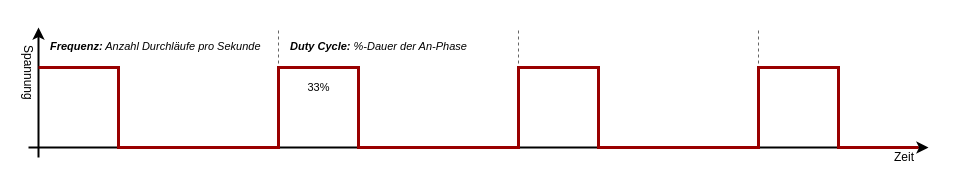
Earlier version of the draw.io diagram 2-hardwaredesign/img/pwm.drawio (DennisSchulmeister/dhbwka-wwi-iottech-folien). Source tidied: cells renumbered, new cells numbered last; positions are measured from the earlier drawing's top-left corner, leaving out a move shared by most shapes. Both pictures are drawn from the tidied source at 100%, with x=0, y=0 at pixel (-7, 27).
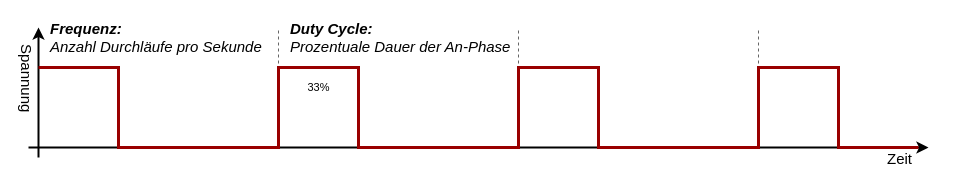
Above is the later version.

Change to the diagram source:
```diff
@@
-    <mxCell id="7" value="Zeit" style="text;html=1;align=right;verticalAlign=top;spacingTop=-4;" parent="1" vertex="1">
-      <mxGeometry x="882" y="120" width="40" height="20" as="geometry" />
+    <mxCell id="7" value="Zeit" style="text;html=1;align=right;verticalAlign=top;spacingTop=-4;fontSize=15;" parent="1" vertex="1">
+      <mxGeometry x="880" y="120" width="40" height="20" as="geometry" />
     </mxCell>
-    <mxCell id="8" value="Spannung" style="text;html=1;align=left;verticalAlign=top;spacingTop=-4;rotation=90;" parent="1" vertex="1">
-      <mxGeometry y="41" width="70" height="20" as="geometry" />
+    <mxCell id="8" value="Spannung" style="text;html=1;align=left;verticalAlign=top;spacingTop=-4;rotation=90;fontSize=15;" parent="1" vertex="1">
+      <mxGeometry x="-5" y="45" width="80" height="20" as="geometry" />
     </mxCell>
@@
-    <mxCell id="10" value="&lt;b style=&quot;font-size: 11px;&quot;&gt;Frequenz:&lt;/b&gt; Anzahl Durchläufe pro Sekunde" style="text;html=1;align=left;verticalAlign=top;spacingTop=-4;fontStyle=2;fontSize=11;" parent="1" vertex="1">
-      <mxGeometry x="55" y="10" width="250" height="20" as="geometry" />
+    <mxCell id="10" value="&lt;div&gt;&lt;b style=&quot;font-size: 15px&quot;&gt;Frequenz:&lt;/b&gt;&lt;br&gt;&lt;/div&gt;&lt;div&gt;Anzahl Durchläufe pro Sekunde&lt;/div&gt;" style="text;html=1;align=left;verticalAlign=top;spacingTop=-4;fontStyle=2;fontSize=15;" parent="1" vertex="1">
+      <mxGeometry x="55" y="-10" width="230" height="40" as="geometry" />
     </mxCell>
-    <mxCell id="11" value="&lt;div&gt;&lt;b&gt;Duty Cycle:&lt;/b&gt; %-Dauer der An-Phase&lt;/div&gt;" style="text;html=1;align=left;verticalAlign=top;spacingTop=-4;fontSize=11;fontStyle=2;" parent="1" vertex="1">
-      <mxGeometry x="295" y="10" width="190" height="10" as="geometry" />
+    <mxCell id="11" value="&lt;div style=&quot;font-size: 15px&quot;&gt;&lt;b style=&quot;font-size: 15px&quot;&gt;Duty Cycle:&lt;/b&gt;&lt;br&gt;&lt;/div&gt;&lt;div style=&quot;font-size: 15px&quot;&gt;Prozentuale Dauer der An-Phase&lt;/div&gt;" style="text;html=1;align=left;verticalAlign=top;spacingTop=-4;fontSize=15;fontStyle=2;" parent="1" vertex="1">
+      <mxGeometry x="295" y="-10" width="230" height="40" as="geometry" />
     </mxCell>
```
